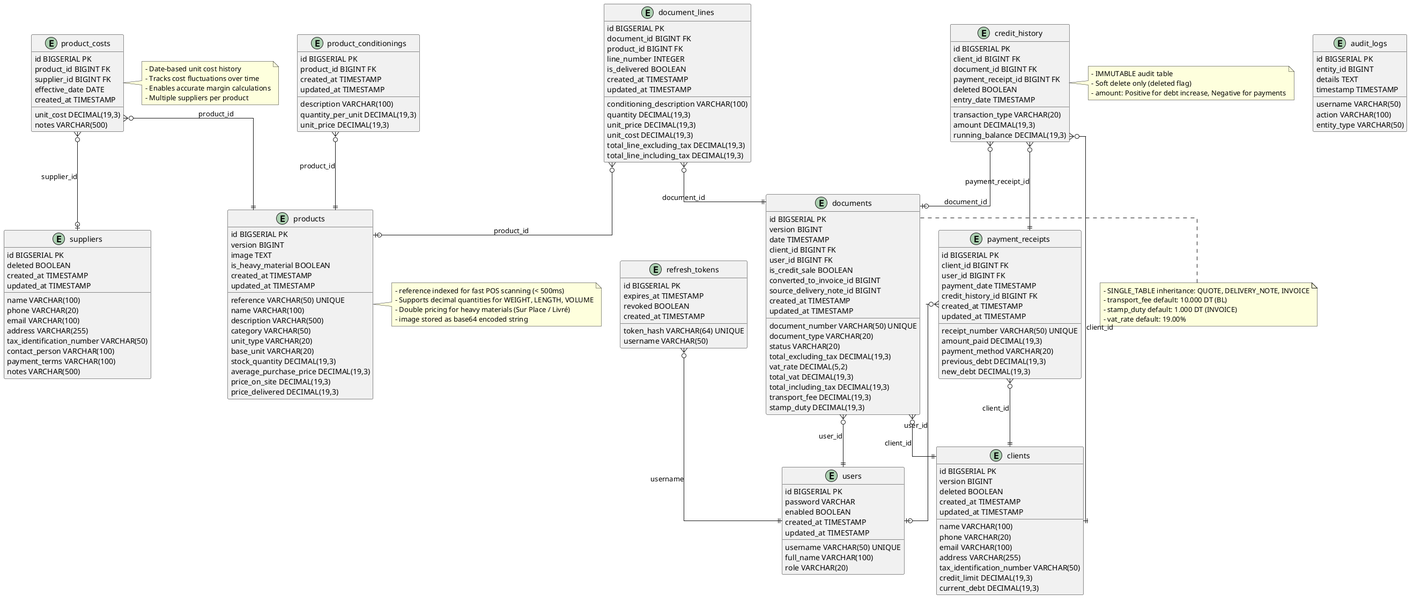
The PlantUML diagram docs/images/Hardware-Store-Database-Schema.png in mAmineChniti/hardware_store, before a commit.
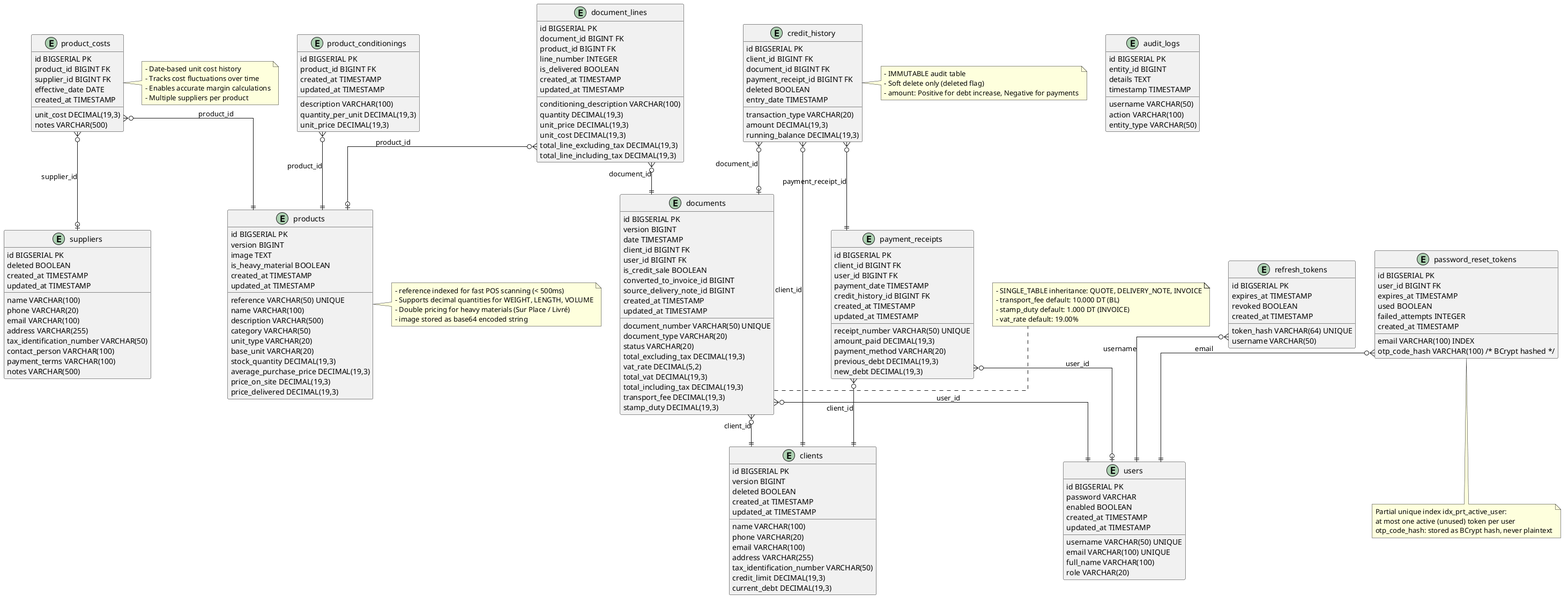
After the change.

Diff of the diagram source:
```diff
@@ -10,6 +10,7 @@
 entity users {
   id BIGSERIAL PK
   username VARCHAR(50) UNIQUE
+  email VARCHAR(100) UNIQUE
   password VARCHAR
   full_name VARCHAR(100)
   role VARCHAR(20)
@@ -171,6 +172,23 @@
   created_at TIMESTAMP
 }
 
+entity password_reset_tokens {
+  id BIGSERIAL PK
+  user_id BIGINT FK
+  email VARCHAR(100) INDEX
+  otp_code_hash VARCHAR(100) /* BCrypt hashed */
+  expires_at TIMESTAMP
+  used BOOLEAN
+  failed_attempts INTEGER
+  created_at TIMESTAMP
+}
+
+note bottom of password_reset_tokens
+  Partial unique index idx_prt_active_user:
+  at most one active (unused) token per user
+  otp_code_hash: stored as BCrypt hash, never plaintext
+end note
+
 
 product_conditionings }o--|| products : "product_id"
 product_costs }o--|| products : "product_id"
@@ -185,6 +203,7 @@
 credit_history }o--o| documents : "document_id"
 credit_history }o--|| payment_receipts : "payment_receipt_id"
 refresh_tokens }o--|| users : "username"
+password_reset_tokens }o--|| users : "email"
 
 
 note right of products
```
